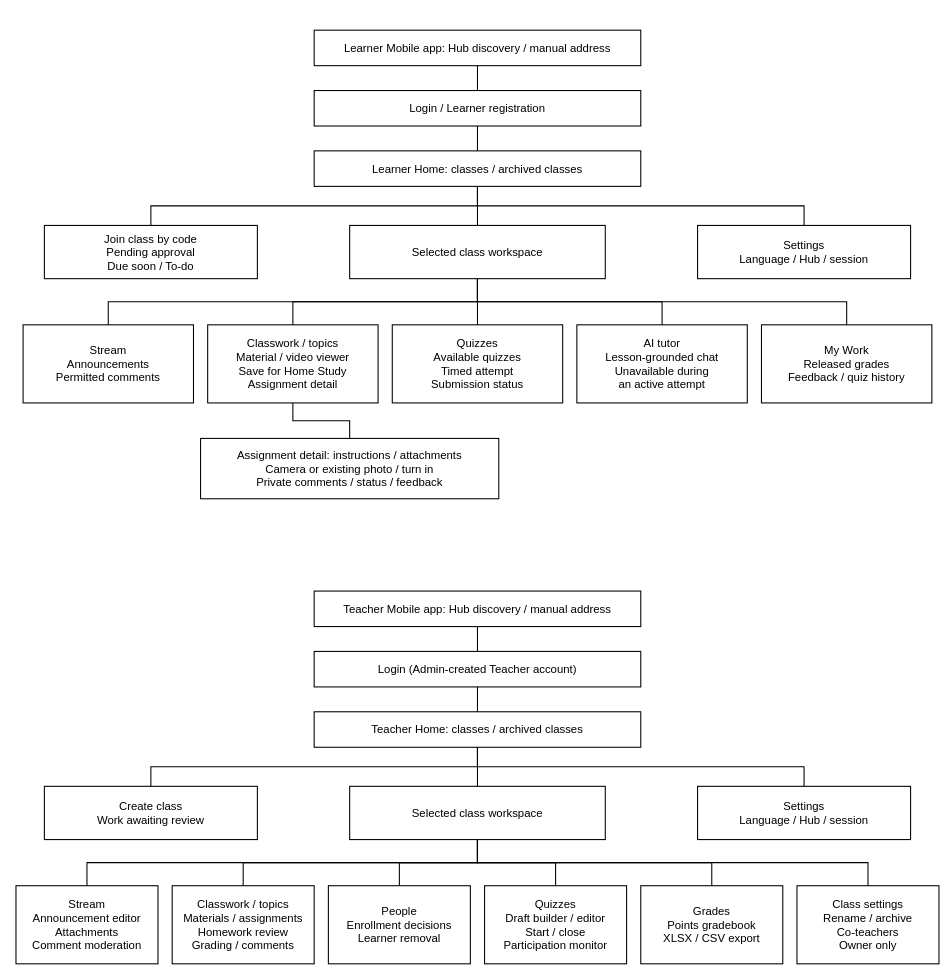
Above: docs/thesis/chapter-3/diagrams/sitemap-mobile.drawio in BootlegYouki/L.A.R.A (draw.io), before the change. Source tidied: cells renumbered, new cells numbered last; positions are measured from the earlier drawing's top-left corner, leaving out a move shared by most shapes. Both pictures are drawn from the tidied source at 71%, with x=0, y=0 at pixel (16, 30).
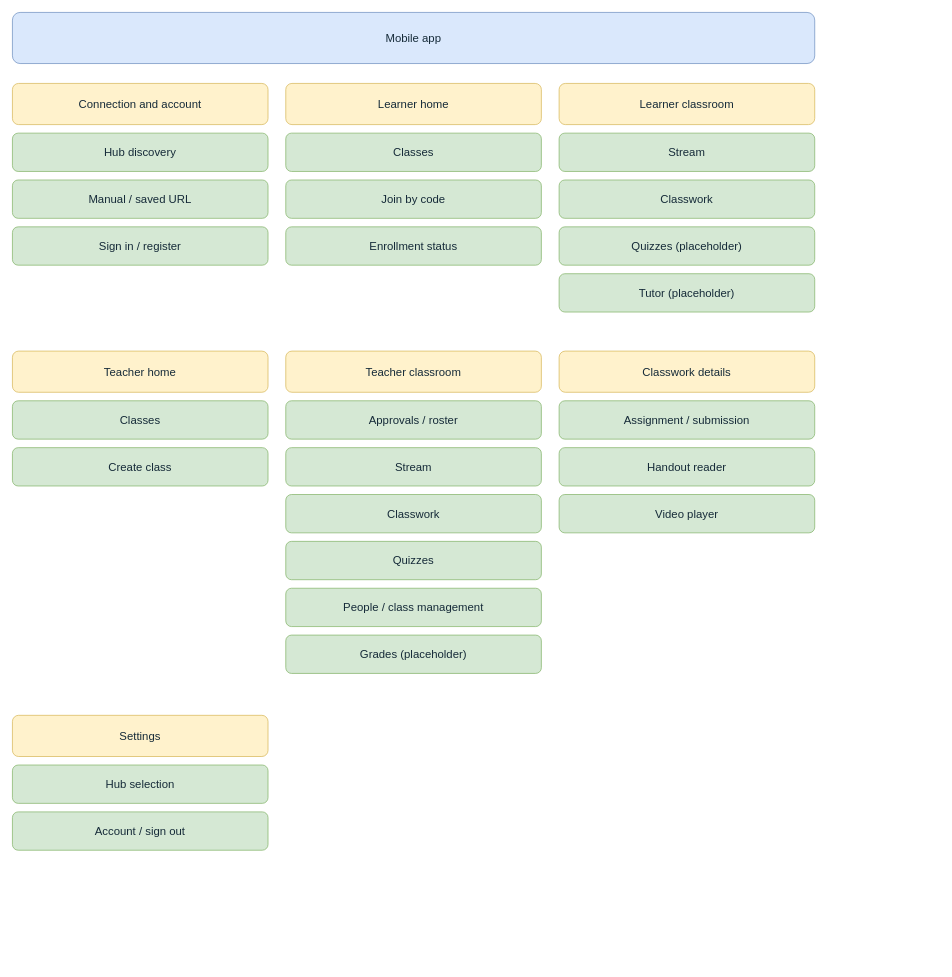
After the change.

Change to the diagram source:
```diff
@@
-<mxGraphModel background="#ffffff">
+<mxGraphModel>
@@
-    <mxCell id="2" value="Learner Mobile app: Hub discovery / manual address" style="whiteSpace=wrap;html=0;fontFamily=Arial;fontSize=16;fontColor=#000000;fillColor=#ffffff;strokeColor=#000000;rounded=0;align=center;verticalAlign=middle;strokeWidth=1.5;" parent="1" vertex="1">
-      <mxGeometry x="420" width="460" height="50" as="geometry" />
-    </mxCell>
-    <mxCell id="3" value="Login / Learner registration" style="whiteSpace=wrap;html=0;fontFamily=Arial;fontSize=16;fontColor=#000000;fillColor=#ffffff;strokeColor=#000000;rounded=0;align=center;verticalAlign=middle;strokeWidth=1.5;" parent="1" vertex="1">
-      <mxGeometry x="420" y="85" width="460" height="50" as="geometry" />
-    </mxCell>
-    <mxCell id="4" value="Learner Home: classes / archived classes" style="whiteSpace=wrap;html=0;fontFamily=Arial;fontSize=16;fontColor=#000000;fillColor=#ffffff;strokeColor=#000000;rounded=0;align=center;verticalAlign=middle;strokeWidth=1.5;" parent="1" vertex="1">
-      <mxGeometry x="420" y="170" width="460" height="50" as="geometry" />
-    </mxCell>
-    <mxCell id="5" value="Join class by code&#10;Pending approval&#10;Due soon / To-do" style="whiteSpace=wrap;html=0;fontFamily=Arial;fontSize=16;fontColor=#000000;fillColor=#ffffff;strokeColor=#000000;rounded=0;align=center;verticalAlign=middle;strokeWidth=1.5;" parent="1" vertex="1">
-      <mxGeometry x="40" y="275" width="300" height="75" as="geometry" />
-    </mxCell>
-    <mxCell id="6" value="Selected class workspace" style="whiteSpace=wrap;html=0;fontFamily=Arial;fontSize=16;fontColor=#000000;fillColor=#ffffff;strokeColor=#000000;rounded=0;align=center;verticalAlign=middle;strokeWidth=1.5;" parent="1" vertex="1">
-      <mxGeometry x="470" y="275" width="360" height="75" as="geometry" />
-    </mxCell>
-    <mxCell id="7" value="Settings&#10;Language / Hub / session" style="whiteSpace=wrap;html=0;fontFamily=Arial;fontSize=16;fontColor=#000000;fillColor=#ffffff;strokeColor=#000000;rounded=0;align=center;verticalAlign=middle;strokeWidth=1.5;" parent="1" vertex="1">
-      <mxGeometry x="960" y="275" width="300" height="75" as="geometry" />
-    </mxCell>
-    <mxCell id="8" value="Stream&#10;Announcements&#10;Permitted comments" style="whiteSpace=wrap;html=0;fontFamily=Arial;fontSize=16;fontColor=#000000;fillColor=#ffffff;strokeColor=#000000;rounded=0;align=center;verticalAlign=middle;strokeWidth=1.5;" parent="1" vertex="1">
-      <mxGeometry x="10" y="415" width="240" height="110" as="geometry" />
-    </mxCell>
-    <mxCell id="9" value="Classwork / topics&#10;Material / video viewer&#10;Save for Home Study&#10;Assignment detail" style="whiteSpace=wrap;html=0;fontFamily=Arial;fontSize=16;fontColor=#000000;fillColor=#ffffff;strokeColor=#000000;rounded=0;align=center;verticalAlign=middle;strokeWidth=1.5;" parent="1" vertex="1">
-      <mxGeometry x="270" y="415" width="240" height="110" as="geometry" />
-    </mxCell>
-    <mxCell id="10" value="Quizzes&#10;Available quizzes&#10;Timed attempt&#10;Submission status" style="whiteSpace=wrap;html=0;fontFamily=Arial;fontSize=16;fontColor=#000000;fillColor=#ffffff;strokeColor=#000000;rounded=0;align=center;verticalAlign=middle;strokeWidth=1.5;" parent="1" vertex="1">
-      <mxGeometry x="530" y="415" width="240" height="110" as="geometry" />
-    </mxCell>
-    <mxCell id="11" value="AI tutor&#10;Lesson-grounded chat&#10;Unavailable during&#10;an active attempt" style="whiteSpace=wrap;html=0;fontFamily=Arial;fontSize=16;fontColor=#000000;fillColor=#ffffff;strokeColor=#000000;rounded=0;align=center;verticalAlign=middle;strokeWidth=1.5;" parent="1" vertex="1">
-      <mxGeometry x="790" y="415" width="240" height="110" as="geometry" />
-    </mxCell>
-    <mxCell id="12" value="My Work&#10;Released grades&#10;Feedback / quiz history" style="whiteSpace=wrap;html=0;fontFamily=Arial;fontSize=16;fontColor=#000000;fillColor=#ffffff;strokeColor=#000000;rounded=0;align=center;verticalAlign=middle;strokeWidth=1.5;" parent="1" vertex="1">
-      <mxGeometry x="1050" y="415" width="240" height="110" as="geometry" />
-    </mxCell>
-    <mxCell id="13" value="Assignment detail: instructions / attachments&#10;Camera or existing photo / turn in&#10;Private comments / status / feedback" style="whiteSpace=wrap;html=0;fontFamily=Arial;fontSize=16;fontColor=#000000;fillColor=#ffffff;strokeColor=#000000;rounded=0;align=center;verticalAlign=middle;strokeWidth=1.5;" parent="1" vertex="1">
-      <mxGeometry x="260" y="575" width="420" height="85" as="geometry" />
-    </mxCell>
-    <mxCell id="14" value="Teacher Mobile app: Hub discovery / manual address" style="whiteSpace=wrap;html=0;fontFamily=Arial;fontSize=16;fontColor=#000000;fillColor=#ffffff;strokeColor=#000000;rounded=0;align=center;verticalAlign=middle;strokeWidth=1.5;" parent="1" vertex="1">
-      <mxGeometry x="420" y="790" width="460" height="50" as="geometry" />
-    </mxCell>
-    <mxCell id="15" value="Login (Admin-created Teacher account)" style="whiteSpace=wrap;html=0;fontFamily=Arial;fontSize=16;fontColor=#000000;fillColor=#ffffff;strokeColor=#000000;rounded=0;align=center;verticalAlign=middle;strokeWidth=1.5;" parent="1" vertex="1">
-      <mxGeometry x="420" y="875" width="460" height="50" as="geometry" />
-    </mxCell>
-    <mxCell id="16" value="Teacher Home: classes / archived classes" style="whiteSpace=wrap;html=0;fontFamily=Arial;fontSize=16;fontColor=#000000;fillColor=#ffffff;strokeColor=#000000;rounded=0;align=center;verticalAlign=middle;strokeWidth=1.5;" parent="1" vertex="1">
-      <mxGeometry x="420" y="960" width="460" height="50" as="geometry" />
-    </mxCell>
-    <mxCell id="17" value="Create class&#10;Work awaiting review" style="whiteSpace=wrap;html=0;fontFamily=Arial;fontSize=16;fontColor=#000000;fillColor=#ffffff;strokeColor=#000000;rounded=0;align=center;verticalAlign=middle;strokeWidth=1.5;" parent="1" vertex="1">
-      <mxGeometry x="40" y="1065" width="300" height="75" as="geometry" />
-    </mxCell>
-    <mxCell id="18" value="Selected class workspace" style="whiteSpace=wrap;html=0;fontFamily=Arial;fontSize=16;fontColor=#000000;fillColor=#ffffff;strokeColor=#000000;rounded=0;align=center;verticalAlign=middle;strokeWidth=1.5;" parent="1" vertex="1">
-      <mxGeometry x="470" y="1065" width="360" height="75" as="geometry" />
-    </mxCell>
-    <mxCell id="19" value="Settings&#10;Language / Hub / session" style="whiteSpace=wrap;html=0;fontFamily=Arial;fontSize=16;fontColor=#000000;fillColor=#ffffff;strokeColor=#000000;rounded=0;align=center;verticalAlign=middle;strokeWidth=1.5;" parent="1" vertex="1">
-      <mxGeometry x="960" y="1065" width="300" height="75" as="geometry" />
-    </mxCell>
-    <mxCell id="20" value="Stream&#10;Announcement editor&#10;Attachments&#10;Comment moderation" style="whiteSpace=wrap;html=0;fontFamily=Arial;fontSize=16;fontColor=#000000;fillColor=#ffffff;strokeColor=#000000;rounded=0;align=center;verticalAlign=middle;strokeWidth=1.5;" parent="1" vertex="1">
-      <mxGeometry y="1205" width="200" height="110" as="geometry" />
-    </mxCell>
-    <mxCell id="21" value="Classwork / topics&#10;Materials / assignments&#10;Homework review&#10;Grading / comments" style="whiteSpace=wrap;html=0;fontFamily=Arial;fontSize=16;fontColor=#000000;fillColor=#ffffff;strokeColor=#000000;rounded=0;align=center;verticalAlign=middle;strokeWidth=1.5;" parent="1" vertex="1">
-      <mxGeometry x="220" y="1205" width="200" height="110" as="geometry" />
-    </mxCell>
-    <mxCell id="22" value="People&#10;Enrollment decisions&#10;Learner removal" style="whiteSpace=wrap;html=0;fontFamily=Arial;fontSize=16;fontColor=#000000;fillColor=#ffffff;strokeColor=#000000;rounded=0;align=center;verticalAlign=middle;strokeWidth=1.5;" parent="1" vertex="1">
-      <mxGeometry x="440" y="1205" width="200" height="110" as="geometry" />
-    </mxCell>
-    <mxCell id="23" value="Quizzes&#10;Draft builder / editor&#10;Start / close&#10;Participation monitor" style="whiteSpace=wrap;html=0;fontFamily=Arial;fontSize=16;fontColor=#000000;fillColor=#ffffff;strokeColor=#000000;rounded=0;align=center;verticalAlign=middle;strokeWidth=1.5;" parent="1" vertex="1">
-      <mxGeometry x="660" y="1205" width="200" height="110" as="geometry" />
-    </mxCell>
-    <mxCell id="24" value="Grades&#10;Points gradebook&#10;XLSX / CSV export" style="whiteSpace=wrap;html=0;fontFamily=Arial;fontSize=16;fontColor=#000000;fillColor=#ffffff;strokeColor=#000000;rounded=0;align=center;verticalAlign=middle;strokeWidth=1.5;" parent="1" vertex="1">
-      <mxGeometry x="880" y="1205" width="200" height="110" as="geometry" />
-    </mxCell>
-    <mxCell id="25" value="Class settings&#10;Rename / archive&#10;Co-teachers&#10;Owner only" style="whiteSpace=wrap;html=0;fontFamily=Arial;fontSize=16;fontColor=#000000;fillColor=#ffffff;strokeColor=#000000;rounded=0;align=center;verticalAlign=middle;strokeWidth=1.5;" parent="1" vertex="1">
-      <mxGeometry x="1100" y="1205" width="200" height="110" as="geometry" />
-    </mxCell>
-    <mxCell id="26" style="edgeStyle=orthogonalEdgeStyle;rounded=0;endArrow=none;strokeColor=#000000;strokeWidth=1.5;exitX=0.5;exitY=1;entryX=0.5;entryY=0;" parent="1" edge="1" source="2" target="3">
-      <mxGeometry relative="1" as="geometry" />
-    </mxCell>
-    <mxCell id="27" style="edgeStyle=orthogonalEdgeStyle;rounded=0;endArrow=none;strokeColor=#000000;strokeWidth=1.5;exitX=0.5;exitY=1;entryX=0.5;entryY=0;" parent="1" edge="1" source="3" target="4">
-      <mxGeometry relative="1" as="geometry" />
-    </mxCell>
-    <mxCell id="28" style="edgeStyle=orthogonalEdgeStyle;rounded=0;endArrow=none;strokeColor=#000000;strokeWidth=1.5;exitX=0.5;exitY=1;entryX=0.5;entryY=0;" parent="1" edge="1" source="4" target="5">
-      <mxGeometry relative="1" as="geometry" />
-    </mxCell>
-    <mxCell id="29" style="edgeStyle=orthogonalEdgeStyle;rounded=0;endArrow=none;strokeColor=#000000;strokeWidth=1.5;exitX=0.5;exitY=1;entryX=0.5;entryY=0;" parent="1" edge="1" source="4" target="6">
-      <mxGeometry relative="1" as="geometry" />
-    </mxCell>
-    <mxCell id="30" style="edgeStyle=orthogonalEdgeStyle;rounded=0;endArrow=none;strokeColor=#000000;strokeWidth=1.5;exitX=0.5;exitY=1;entryX=0.5;entryY=0;" parent="1" edge="1" source="4" target="7">
-      <mxGeometry relative="1" as="geometry" />
-    </mxCell>
-    <mxCell id="31" style="edgeStyle=orthogonalEdgeStyle;rounded=0;endArrow=none;strokeColor=#000000;strokeWidth=1.5;exitX=0.5;exitY=1;entryX=0.5;entryY=0;" parent="1" edge="1" source="6" target="8">
-      <mxGeometry relative="1" as="geometry" />
-    </mxCell>
-    <mxCell id="32" style="edgeStyle=orthogonalEdgeStyle;rounded=0;endArrow=none;strokeColor=#000000;strokeWidth=1.5;exitX=0.5;exitY=1;entryX=0.5;entryY=0;" parent="1" edge="1" source="6" target="9">
-      <mxGeometry relative="1" as="geometry" />
-    </mxCell>
-    <mxCell id="33" style="edgeStyle=orthogonalEdgeStyle;rounded=0;endArrow=none;strokeColor=#000000;strokeWidth=1.5;exitX=0.5;exitY=1;entryX=0.5;entryY=0;" parent="1" edge="1" source="6" target="10">
-      <mxGeometry relative="1" as="geometry" />
-    </mxCell>
-    <mxCell id="34" style="edgeStyle=orthogonalEdgeStyle;rounded=0;endArrow=none;strokeColor=#000000;strokeWidth=1.5;exitX=0.5;exitY=1;entryX=0.5;entryY=0;" parent="1" edge="1" source="6" target="11">
-      <mxGeometry relative="1" as="geometry" />
-    </mxCell>
-    <mxCell id="35" style="edgeStyle=orthogonalEdgeStyle;rounded=0;endArrow=none;strokeColor=#000000;strokeWidth=1.5;exitX=0.5;exitY=1;entryX=0.5;entryY=0;" parent="1" edge="1" source="6" target="12">
-      <mxGeometry relative="1" as="geometry" />
-    </mxCell>
-    <mxCell id="36" style="edgeStyle=orthogonalEdgeStyle;rounded=0;endArrow=none;strokeColor=#000000;strokeWidth=1.5;exitX=0.5;exitY=1;entryX=0.5;entryY=0;" parent="1" edge="1" source="9" target="13">
-      <mxGeometry relative="1" as="geometry" />
-    </mxCell>
-    <mxCell id="37" style="edgeStyle=orthogonalEdgeStyle;rounded=0;endArrow=none;strokeColor=#000000;strokeWidth=1.5;exitX=0.5;exitY=1;entryX=0.5;entryY=0;" parent="1" edge="1" source="14" target="15">
-      <mxGeometry relative="1" as="geometry" />
-    </mxCell>
-    <mxCell id="38" style="edgeStyle=orthogonalEdgeStyle;rounded=0;endArrow=none;strokeColor=#000000;strokeWidth=1.5;exitX=0.5;exitY=1;entryX=0.5;entryY=0;" parent="1" edge="1" source="15" target="16">
-      <mxGeometry relative="1" as="geometry" />
-    </mxCell>
-    <mxCell id="39" style="edgeStyle=orthogonalEdgeStyle;rounded=0;endArrow=none;strokeColor=#000000;strokeWidth=1.5;exitX=0.5;exitY=1;entryX=0.5;entryY=0;" parent="1" edge="1" source="16" target="17">
-      <mxGeometry relative="1" as="geometry" />
-    </mxCell>
-    <mxCell id="40" style="edgeStyle=orthogonalEdgeStyle;rounded=0;endArrow=none;strokeColor=#000000;strokeWidth=1.5;exitX=0.5;exitY=1;entryX=0.5;entryY=0;" parent="1" edge="1" source="16" target="18">
-      <mxGeometry relative="1" as="geometry" />
-    </mxCell>
-    <mxCell id="41" style="edgeStyle=orthogonalEdgeStyle;rounded=0;endArrow=none;strokeColor=#000000;strokeWidth=1.5;exitX=0.5;exitY=1;entryX=0.5;entryY=0;" parent="1" edge="1" source="16" target="19">
-      <mxGeometry relative="1" as="geometry" />
-    </mxCell>
-    <mxCell id="42" style="edgeStyle=orthogonalEdgeStyle;rounded=0;endArrow=none;strokeColor=#000000;strokeWidth=1.5;exitX=0.5;exitY=1;entryX=0.5;entryY=0;" parent="1" edge="1" source="18" target="20">
-      <mxGeometry relative="1" as="geometry" />
-    </mxCell>
-    <mxCell id="43" style="edgeStyle=orthogonalEdgeStyle;rounded=0;endArrow=none;strokeColor=#000000;strokeWidth=1.5;exitX=0.5;exitY=1;entryX=0.5;entryY=0;" parent="1" edge="1" source="18" target="21">
-      <mxGeometry relative="1" as="geometry" />
-    </mxCell>
-    <mxCell id="44" style="edgeStyle=orthogonalEdgeStyle;rounded=0;endArrow=none;strokeColor=#000000;strokeWidth=1.5;exitX=0.5;exitY=1;entryX=0.5;entryY=0;" parent="1" edge="1" source="18" target="22">
-      <mxGeometry relative="1" as="geometry" />
-    </mxCell>
-    <mxCell id="45" style="edgeStyle=orthogonalEdgeStyle;rounded=0;endArrow=none;strokeColor=#000000;strokeWidth=1.5;exitX=0.5;exitY=1;entryX=0.5;entryY=0;" parent="1" edge="1" source="18" target="23">
-      <mxGeometry relative="1" as="geometry" />
-    </mxCell>
-    <mxCell id="46" style="edgeStyle=orthogonalEdgeStyle;rounded=0;endArrow=none;strokeColor=#000000;strokeWidth=1.5;exitX=0.5;exitY=1;entryX=0.5;entryY=0;" parent="1" edge="1" source="18" target="24">
-      <mxGeometry relative="1" as="geometry" />
-    </mxCell>
-    <mxCell id="47" style="edgeStyle=orthogonalEdgeStyle;rounded=0;endArrow=none;strokeColor=#000000;strokeWidth=1.5;exitX=0.5;exitY=1;entryX=0.5;entryY=0;" parent="1" edge="1" source="18" target="25">
-      <mxGeometry relative="1" as="geometry" />
-    </mxCell>
+    <mxCell id="48" value="Mobile app" style="rounded=1;whiteSpace=wrap;html=1;fillColor=#dae8fc;strokeColor=#6c8ebf;fontColor=#152a38;fontSize=16;align=center;verticalAlign=middle;spacing=8;" parent="1" vertex="1">
+      <mxGeometry x="-5" y="-25" width="1130" height="72" as="geometry" />
+    </mxCell>
+    <mxCell id="49" value="Connection and account" style="rounded=1;whiteSpace=wrap;html=1;fillColor=#fff2cc;strokeColor=#d6b656;fontColor=#152a38;fontSize=16;align=center;verticalAlign=middle;spacing=8;" parent="1" vertex="1">
+      <mxGeometry x="-5" y="75" width="360" height="58" as="geometry" />
+    </mxCell>
+    <mxCell id="50" value="Hub discovery" style="rounded=1;whiteSpace=wrap;html=1;fillColor=#d5e8d4;strokeColor=#82b366;fontColor=#152a38;fontSize=16;align=center;verticalAlign=middle;spacing=8;" parent="1" vertex="1">
+      <mxGeometry x="-5" y="145" width="360" height="54" as="geometry" />
+    </mxCell>
+    <mxCell id="51" value="Manual / saved URL" style="rounded=1;whiteSpace=wrap;html=1;fillColor=#d5e8d4;strokeColor=#82b366;fontColor=#152a38;fontSize=16;align=center;verticalAlign=middle;spacing=8;" parent="1" vertex="1">
+      <mxGeometry x="-5" y="211" width="360" height="54" as="geometry" />
+    </mxCell>
+    <mxCell id="52" value="Sign in / register" style="rounded=1;whiteSpace=wrap;html=1;fillColor=#d5e8d4;strokeColor=#82b366;fontColor=#152a38;fontSize=16;align=center;verticalAlign=middle;spacing=8;" parent="1" vertex="1">
+      <mxGeometry x="-5" y="277" width="360" height="54" as="geometry" />
+    </mxCell>
+    <mxCell id="53" value="Learner home" style="rounded=1;whiteSpace=wrap;html=1;fillColor=#fff2cc;strokeColor=#d6b656;fontColor=#152a38;fontSize=16;align=center;verticalAlign=middle;spacing=8;" parent="1" vertex="1">
+      <mxGeometry x="380" y="75" width="360" height="58" as="geometry" />
+    </mxCell>
+    <mxCell id="54" value="Classes" style="rounded=1;whiteSpace=wrap;html=1;fillColor=#d5e8d4;strokeColor=#82b366;fontColor=#152a38;fontSize=16;align=center;verticalAlign=middle;spacing=8;" parent="1" vertex="1">
+      <mxGeometry x="380" y="145" width="360" height="54" as="geometry" />
+    </mxCell>
+    <mxCell id="55" value="Join by code" style="rounded=1;whiteSpace=wrap;html=1;fillColor=#d5e8d4;strokeColor=#82b366;fontColor=#152a38;fontSize=16;align=center;verticalAlign=middle;spacing=8;" parent="1" vertex="1">
+      <mxGeometry x="380" y="211" width="360" height="54" as="geometry" />
+    </mxCell>
+    <mxCell id="56" value="Enrollment status" style="rounded=1;whiteSpace=wrap;html=1;fillColor=#d5e8d4;strokeColor=#82b366;fontColor=#152a38;fontSize=16;align=center;verticalAlign=middle;spacing=8;" parent="1" vertex="1">
+      <mxGeometry x="380" y="277" width="360" height="54" as="geometry" />
+    </mxCell>
+    <mxCell id="57" value="Learner classroom" style="rounded=1;whiteSpace=wrap;html=1;fillColor=#fff2cc;strokeColor=#d6b656;fontColor=#152a38;fontSize=16;align=center;verticalAlign=middle;spacing=8;" parent="1" vertex="1">
+      <mxGeometry x="765" y="75" width="360" height="58" as="geometry" />
+    </mxCell>
+    <mxCell id="58" value="Stream" style="rounded=1;whiteSpace=wrap;html=1;fillColor=#d5e8d4;strokeColor=#82b366;fontColor=#152a38;fontSize=16;align=center;verticalAlign=middle;spacing=8;" parent="1" vertex="1">
+      <mxGeometry x="765" y="145" width="360" height="54" as="geometry" />
+    </mxCell>
+    <mxCell id="59" value="Classwork" style="rounded=1;whiteSpace=wrap;html=1;fillColor=#d5e8d4;strokeColor=#82b366;fontColor=#152a38;fontSize=16;align=center;verticalAlign=middle;spacing=8;" parent="1" vertex="1">
+      <mxGeometry x="765" y="211" width="360" height="54" as="geometry" />
+    </mxCell>
+    <mxCell id="60" value="Quizzes (placeholder)" style="rounded=1;whiteSpace=wrap;html=1;fillColor=#d5e8d4;strokeColor=#82b366;fontColor=#152a38;fontSize=16;align=center;verticalAlign=middle;spacing=8;" parent="1" vertex="1">
+      <mxGeometry x="765" y="277" width="360" height="54" as="geometry" />
+    </mxCell>
+    <mxCell id="61" value="Tutor (placeholder)" style="rounded=1;whiteSpace=wrap;html=1;fillColor=#d5e8d4;strokeColor=#82b366;fontColor=#152a38;fontSize=16;align=center;verticalAlign=middle;spacing=8;" parent="1" vertex="1">
+      <mxGeometry x="765" y="343" width="360" height="54" as="geometry" />
+    </mxCell>
+    <mxCell id="62" value="Teacher home" style="rounded=1;whiteSpace=wrap;html=1;fillColor=#fff2cc;strokeColor=#d6b656;fontColor=#152a38;fontSize=16;align=center;verticalAlign=middle;spacing=8;" parent="1" vertex="1">
+      <mxGeometry x="-5" y="452" width="360" height="58" as="geometry" />
+    </mxCell>
+    <mxCell id="63" value="Classes" style="rounded=1;whiteSpace=wrap;html=1;fillColor=#d5e8d4;strokeColor=#82b366;fontColor=#152a38;fontSize=16;align=center;verticalAlign=middle;spacing=8;" parent="1" vertex="1">
+      <mxGeometry x="-5" y="522" width="360" height="54" as="geometry" />
+    </mxCell>
+    <mxCell id="64" value="Create class" style="rounded=1;whiteSpace=wrap;html=1;fillColor=#d5e8d4;strokeColor=#82b366;fontColor=#152a38;fontSize=16;align=center;verticalAlign=middle;spacing=8;" parent="1" vertex="1">
+      <mxGeometry x="-5" y="588" width="360" height="54" as="geometry" />
+    </mxCell>
+    <mxCell id="65" value="Teacher classroom" style="rounded=1;whiteSpace=wrap;html=1;fillColor=#fff2cc;strokeColor=#d6b656;fontColor=#152a38;fontSize=16;align=center;verticalAlign=middle;spacing=8;" parent="1" vertex="1">
+      <mxGeometry x="380" y="452" width="360" height="58" as="geometry" />
+    </mxCell>
+    <mxCell id="66" value="Approvals / roster" style="rounded=1;whiteSpace=wrap;html=1;fillColor=#d5e8d4;strokeColor=#82b366;fontColor=#152a38;fontSize=16;align=center;verticalAlign=middle;spacing=8;" parent="1" vertex="1">
+      <mxGeometry x="380" y="522" width="360" height="54" as="geometry" />
+    </mxCell>
+    <mxCell id="67" value="Stream" style="rounded=1;whiteSpace=wrap;html=1;fillColor=#d5e8d4;strokeColor=#82b366;fontColor=#152a38;fontSize=16;align=center;verticalAlign=middle;spacing=8;" parent="1" vertex="1">
+      <mxGeometry x="380" y="588" width="360" height="54" as="geometry" />
+    </mxCell>
+    <mxCell id="68" value="Classwork" style="rounded=1;whiteSpace=wrap;html=1;fillColor=#d5e8d4;strokeColor=#82b366;fontColor=#152a38;fontSize=16;align=center;verticalAlign=middle;spacing=8;" parent="1" vertex="1">
+      <mxGeometry x="380" y="654" width="360" height="54" as="geometry" />
+    </mxCell>
+    <mxCell id="69" value="Quizzes" style="rounded=1;whiteSpace=wrap;html=1;fillColor=#d5e8d4;strokeColor=#82b366;fontColor=#152a38;fontSize=16;align=center;verticalAlign=middle;spacing=8;" parent="1" vertex="1">
+      <mxGeometry x="380" y="720" width="360" height="54" as="geometry" />
+    </mxCell>
+    <mxCell id="70" value="People / class management" style="rounded=1;whiteSpace=wrap;html=1;fillColor=#d5e8d4;strokeColor=#82b366;fontColor=#152a38;fontSize=16;align=center;verticalAlign=middle;spacing=8;" parent="1" vertex="1">
+      <mxGeometry x="380" y="786" width="360" height="54" as="geometry" />
+    </mxCell>
+    <mxCell id="71" value="Grades (placeholder)" style="rounded=1;whiteSpace=wrap;html=1;fillColor=#d5e8d4;strokeColor=#82b366;fontColor=#152a38;fontSize=16;align=center;verticalAlign=middle;spacing=8;" parent="1" vertex="1">
+      <mxGeometry x="380" y="852" width="360" height="54" as="geometry" />
+    </mxCell>
+    <mxCell id="72" value="Classwork details" style="rounded=1;whiteSpace=wrap;html=1;fillColor=#fff2cc;strokeColor=#d6b656;fontColor=#152a38;fontSize=16;align=center;verticalAlign=middle;spacing=8;" parent="1" vertex="1">
+      <mxGeometry x="765" y="452" width="360" height="58" as="geometry" />
+    </mxCell>
+    <mxCell id="73" value="Assignment / submission" style="rounded=1;whiteSpace=wrap;html=1;fillColor=#d5e8d4;strokeColor=#82b366;fontColor=#152a38;fontSize=16;align=center;verticalAlign=middle;spacing=8;" parent="1" vertex="1">
+      <mxGeometry x="765" y="522" width="360" height="54" as="geometry" />
+    </mxCell>
+    <mxCell id="74" value="Handout reader" style="rounded=1;whiteSpace=wrap;html=1;fillColor=#d5e8d4;strokeColor=#82b366;fontColor=#152a38;fontSize=16;align=center;verticalAlign=middle;spacing=8;" parent="1" vertex="1">
+      <mxGeometry x="765" y="588" width="360" height="54" as="geometry" />
+    </mxCell>
+    <mxCell id="75" value="Video player" style="rounded=1;whiteSpace=wrap;html=1;fillColor=#d5e8d4;strokeColor=#82b366;fontColor=#152a38;fontSize=16;align=center;verticalAlign=middle;spacing=8;" parent="1" vertex="1">
+      <mxGeometry x="765" y="654" width="360" height="54" as="geometry" />
+    </mxCell>
+    <mxCell id="76" value="Settings" style="rounded=1;whiteSpace=wrap;html=1;fillColor=#fff2cc;strokeColor=#d6b656;fontColor=#152a38;fontSize=16;align=center;verticalAlign=middle;spacing=8;" parent="1" vertex="1">
+      <mxGeometry x="-5" y="965" width="360" height="58" as="geometry" />
+    </mxCell>
+    <mxCell id="77" value="Hub selection" style="rounded=1;whiteSpace=wrap;html=1;fillColor=#d5e8d4;strokeColor=#82b366;fontColor=#152a38;fontSize=16;align=center;verticalAlign=middle;spacing=8;" parent="1" vertex="1">
+      <mxGeometry x="-5" y="1035" width="360" height="54" as="geometry" />
+    </mxCell>
+    <mxCell id="78" value="Account / sign out" style="rounded=1;whiteSpace=wrap;html=1;fillColor=#d5e8d4;strokeColor=#82b366;fontColor=#152a38;fontSize=16;align=center;verticalAlign=middle;spacing=8;" parent="1" vertex="1">
+      <mxGeometry x="-5" y="1101" width="360" height="54" as="geometry" />
+    </mxCell>
```
